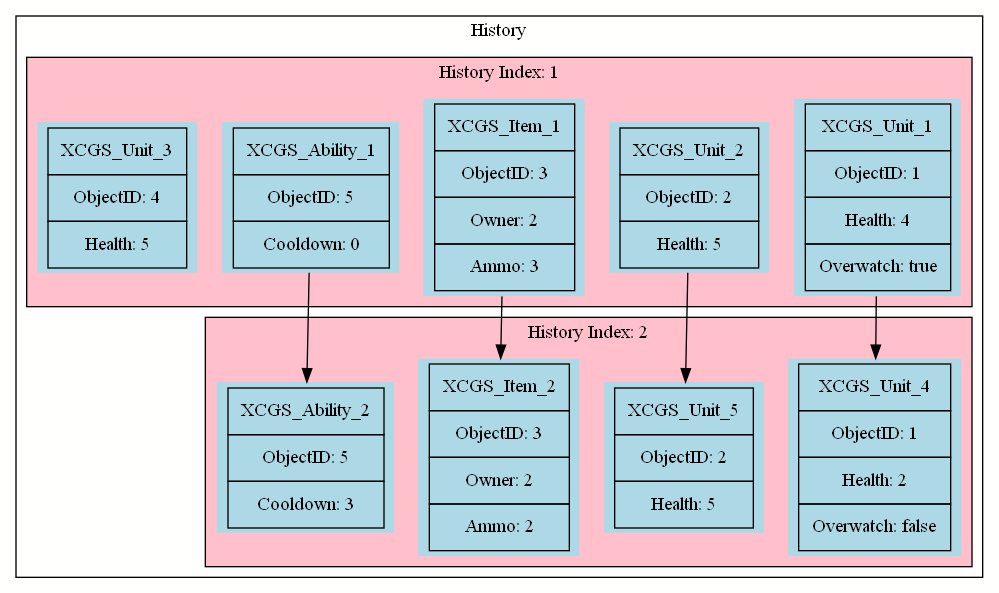
The Graphviz diagram static/img/history/frames.png in robojumper/robojumper.github.io, before a commit. Its source is kept beside it as raw/history/frames.dot. The source it was exported from:
```dot
digraph props {
    bgcolor="#fffffd";
    node [shape=record];

    subgraph cluster_model {
        label="History";

        subgraph cluster_frame1 {
            label="History Index: 1";
            bgcolor="pink";
            unit_1_1 [shape = none, style=filled, fillcolor=lightblue, label = <<table border="0" cellspacing="0" cellpadding="9">
                <tr><td border="1">XCGS_Unit_1</td></tr>
                <tr><td border="1">ObjectID: 1</td></tr>
                <tr><td border="1">Health: 4</td></tr>
                <tr><td border="1">Overwatch: true</td></tr>
                </table>>];
            unit_1_2 [shape = none, style=filled, fillcolor=lightblue, label = <<table border="0" cellspacing="0" cellpadding="9">
                <tr><td border="1">XCGS_Unit_2</td></tr>
                <tr><td border="1">ObjectID: 2</td></tr>
                <tr><td border="1">Health: 5</td></tr>
                </table>>];

            weapon_1_3 [shape = none, style=filled, fillcolor=lightblue, label = <<table border="0" cellspacing="0" cellpadding="9">
                <tr><td border="1">XCGS_Item_1</td></tr>
                <tr><td border="1">ObjectID: 3</td></tr>
                <tr><td border="1">Owner: 2</td></tr>
                <tr><td border="1">Ammo: 3</td></tr>
                </table>>];

            ability_1_5 [shape = none, style=filled, fillcolor=lightblue, label = <<table border="0" cellspacing="0" cellpadding="9">
                <tr><td border="1">XCGS_Ability_1</td></tr>
                <tr><td border="1">ObjectID: 5</td></tr>
                <tr><td border="1">Cooldown: 0</td></tr>
                </table>>];

            unit_1_4 [shape = none, style=filled, fillcolor=lightblue, label = <<table border="0" cellspacing="0" cellpadding="9">
                <tr><td border="1">XCGS_Unit_3</td></tr>
                <tr><td border="1">ObjectID: 4</td></tr>
                <tr><td border="1">Health: 5</td></tr>
                </table>>];
        }

        subgraph cluster_frame2 {
            label="History Index: 2";
            bgcolor="pink";

            unit_2_1 [shape = none, style=filled, fillcolor=lightblue, label = <<table border="0" cellspacing="0" cellpadding="9">
                <tr><td border="1">XCGS_Unit_4</td></tr>
                <tr><td border="1">ObjectID: 1</td></tr>
                <tr><td border="1">Health: 2</td></tr>
                <tr><td border="1">Overwatch: false</td></tr>
                </table>>];

            unit_2_2 [shape = none, style=filled, fillcolor=lightblue, label = <<table border="0" cellspacing="0" cellpadding="9">
                <tr><td border="1">XCGS_Unit_5</td></tr>
                <tr><td border="1">ObjectID: 2</td></tr>
                <tr><td border="1">Health: 5</td></tr>
                </table>>];

            weapon_2_3 [shape = none, style=filled, fillcolor=lightblue, label = <<table border="0" cellspacing="0" cellpadding="9">
                <tr><td border="1">XCGS_Item_2</td></tr>
                <tr><td border="1">ObjectID: 3</td></tr>
                <tr><td border="1">Owner: 2</td></tr>
                <tr><td border="1">Ammo: 2</td></tr>
                </table>>];

            ability_2_5 [shape = none, style=filled, fillcolor=lightblue, label = <<table border="0" cellspacing="0" cellpadding="9">
                <tr><td border="1">XCGS_Ability_2</td></tr>
                <tr><td border="1">ObjectID: 5</td></tr>
                <tr><td border="1">Cooldown: 3</td></tr>
                </table>>];
        }

        unit_1_1 -> unit_2_1;
        unit_1_2 -> unit_2_2;
        weapon_1_3 -> weapon_2_3;
        ability_1_5 -> ability_2_5;
    }
}
```
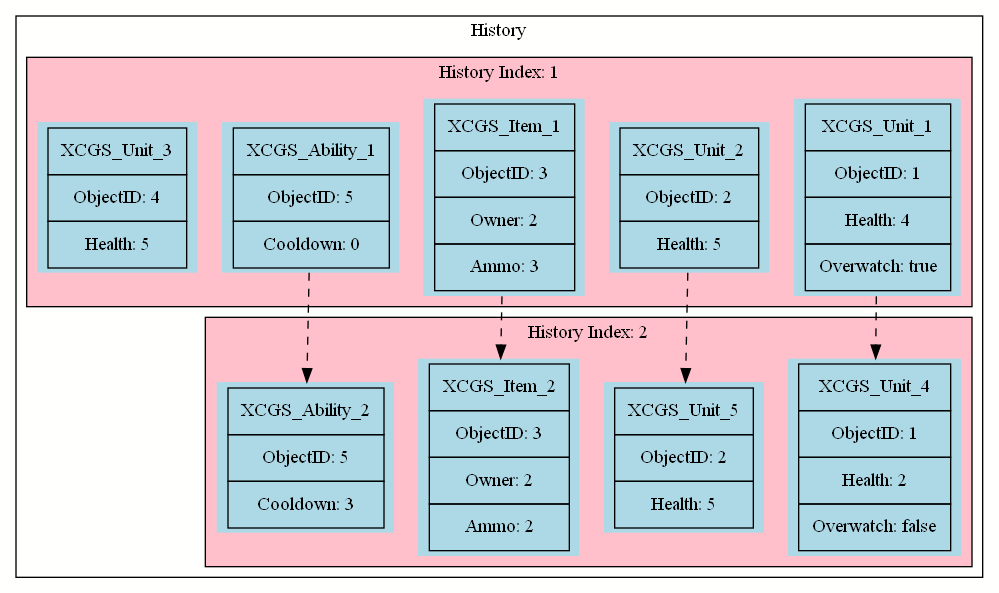
After the commit.

Change to the diagram source:
```diff
@@ -71,9 +71,9 @@
                 </table>>];
         }
 
-        unit_1_1 -> unit_2_1;
-        unit_1_2 -> unit_2_2;
-        weapon_1_3 -> weapon_2_3;
-        ability_1_5 -> ability_2_5;
+        unit_1_1 -> unit_2_1 [style=dashed];
+        unit_1_2 -> unit_2_2 [style=dashed];
+        weapon_1_3 -> weapon_2_3 [style=dashed];
+        ability_1_5 -> ability_2_5 [style=dashed];
     }
 }
```
